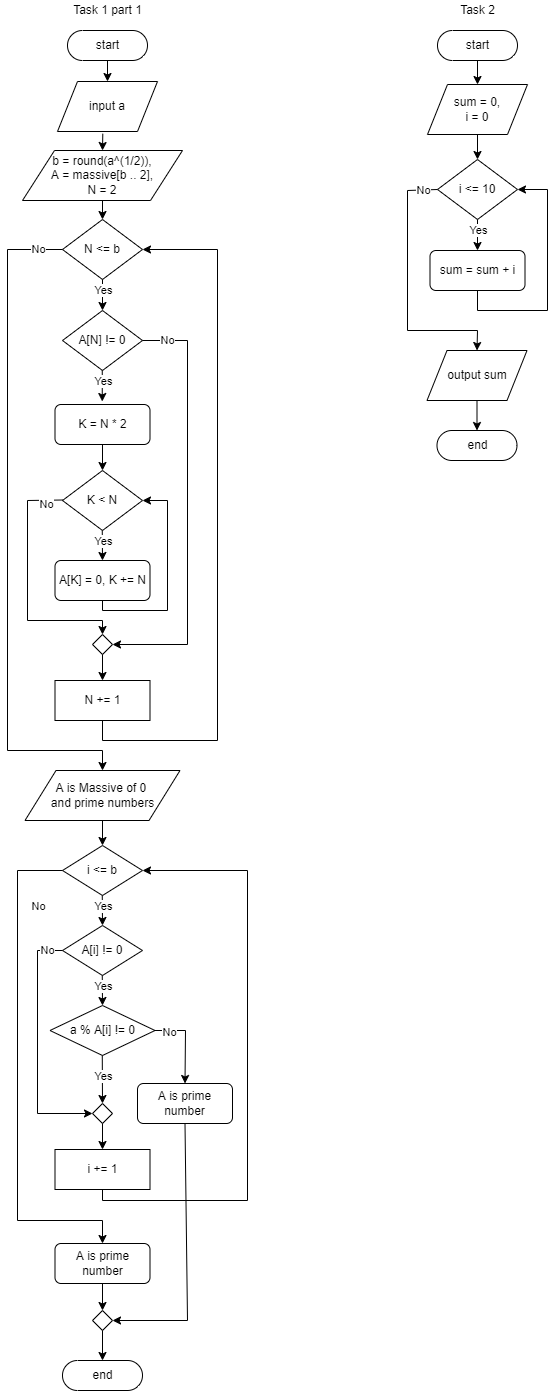
Earlier version of the draw.io export homework2/task1.1.drawio.png (RozaBlack/algoritms). Source tidied: cells renumbered, new cells last; positions are measured from the earlier drawing's top-left corner, leaving out a move shared by most shapes.
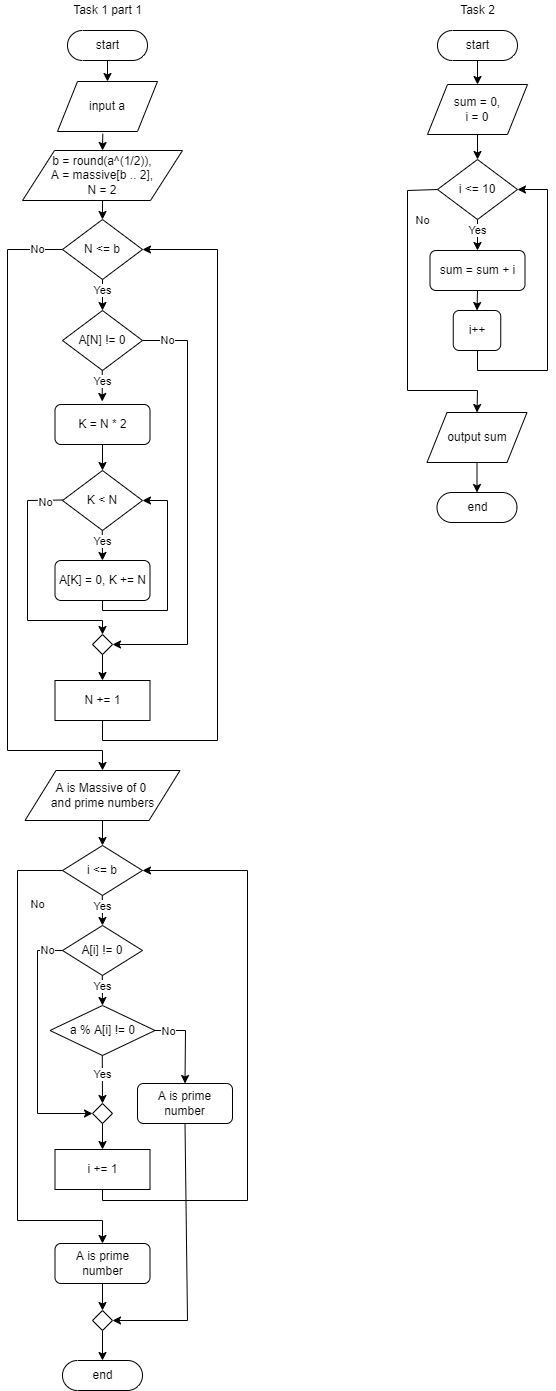
The same diagram one commit later.

Change to the diagram source:
```diff
@@ -274,14 +274,15 @@
     <mxCell id="61" style="endArrow=classic;html=1;rounded=0;exitX=0.5;exitY=1;exitDx=0;exitDy=0;entryX=0.5;entryY=0;entryDx=0;entryDy=0;" parent="1" edge="1" source="59" target="60">
       <mxGeometry relative="1" as="geometry" />
     </mxCell>
-    <mxCell id="62" value="&lt;span&gt;sum = sum + i&lt;/span&gt;" style="rounded=1;whiteSpace=wrap;html=1;" parent="1" vertex="1">
+    <mxCell id="62" value="sum = sum + i" style="rounded=1;whiteSpace=wrap;html=1;" parent="1" vertex="1">
       <mxGeometry x="422.5" y="250" width="95" height="40" as="geometry" />
     </mxCell>
-    <mxCell id="63" style="endArrow=classic;html=1;rounded=0;exitX=0.5;exitY=1;exitDx=0;exitDy=0;entryX=1;entryY=0.5;entryDx=0;entryDy=0;" parent="1" edge="1" source="62" target="60">
+    <mxCell id="63" style="endArrow=classic;html=1;rounded=0;entryX=1;entryY=0.5;entryDx=0;entryDy=0;" parent="1" edge="1" target="60">
       <mxGeometry relative="1" as="geometry">
+        <mxPoint x="470" y="350" as="sourcePoint" />
         <Array as="points">
-          <mxPoint x="470" y="310" />
-          <mxPoint x="540" y="310" />
+          <mxPoint x="470" y="370" />
+          <mxPoint x="540" y="370" />
           <mxPoint x="540" y="189" />
         </Array>
       </mxGeometry>
@@ -298,10 +299,10 @@
       </mxGeometry>
     </mxCell>
     <mxCell id="66" value="output sum" style="shape=parallelogram;perimeter=parallelogramPerimeter;whiteSpace=wrap;html=1;dashed=0;" parent="1" vertex="1">
-      <mxGeometry x="419.5" y="350" width="100" height="50" as="geometry" />
+      <mxGeometry x="419.5" y="412" width="100" height="50" as="geometry" />
     </mxCell>
     <mxCell id="67" value="end" style="html=1;dashed=0;whitespace=wrap;shape=mxgraph.dfd.start;" parent="1" vertex="1">
-      <mxGeometry x="429.5" y="430" width="80" height="30" as="geometry" />
+      <mxGeometry x="429.5" y="492" width="80" height="30" as="geometry" />
     </mxCell>
     <mxCell id="68" style="endArrow=classic;html=1;rounded=0;exitX=0.5;exitY=1;exitDx=0;exitDy=0;entryX=0.5;entryY=0.5;entryDx=0;entryDy=-15;entryPerimeter=0;" parent="1" edge="1" source="66" target="67">
       <mxGeometry relative="1" as="geometry" />
@@ -310,8 +311,8 @@
       <mxGeometry relative="1" as="geometry">
         <Array as="points">
           <mxPoint x="400" y="190" />
-          <mxPoint x="400" y="330" />
-          <mxPoint x="470" y="330" />
+          <mxPoint x="400" y="390" />
+          <mxPoint x="470" y="390" />
         </Array>
       </mxGeometry>
     </mxCell>
@@ -326,5 +327,11 @@
     <mxCell id="72" value="Task 2" style="text;html=1;align=center;verticalAlign=middle;strokeColor=none;fillColor=none;" parent="1" vertex="1">
       <mxGeometry x="445" width="50" height="20" as="geometry" />
     </mxCell>
+    <mxCell id="73" value="i++" style="rounded=1;whiteSpace=wrap;html=1;" parent="1" vertex="1">
+      <mxGeometry x="445.8" y="310" width="47.5" height="40" as="geometry" />
+    </mxCell>
+    <mxCell id="74" style="endArrow=classic;html=1;rounded=0;exitX=0.5;exitY=1;exitDx=0;exitDy=0;entryX=0.5;entryY=0;entryDx=0;entryDy=0;" parent="1" edge="1" source="62" target="73">
+      <mxGeometry relative="1" as="geometry" />
+    </mxCell>
   </root>
 </mxGraphModel>
```
